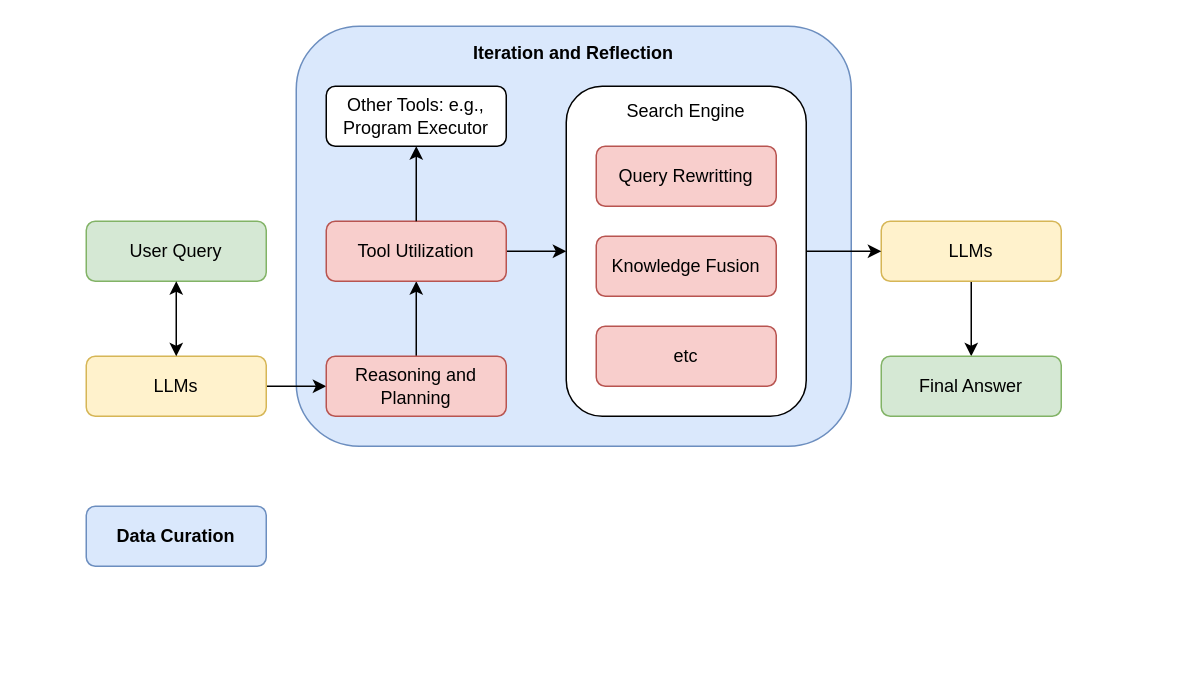
wenjunli-0/deepresearch-survey keeps this draw.io diagram as assets/survey overview.drawio. Above is the earlier version. Source tidied: cells renumbered, new cells numbered last; positions are measured from the earlier drawing's top-left corner, leaving out a move shared by most shapes. Both pictures are drawn from the tidied source at 150%, with x=0, y=0 at pixel (86, 26).
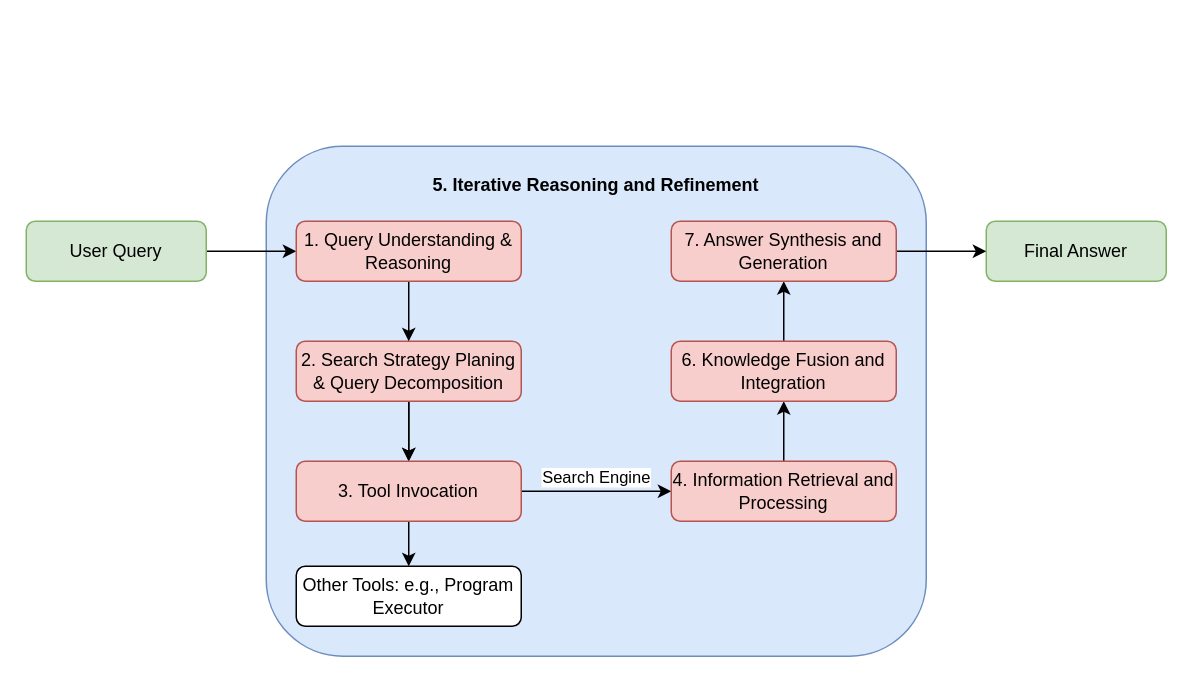
The same diagram, later.

Commit message (it also covers changes not shown here):
update the core capabilities and an overview figure.

What changed in the source:
```diff
@@
-    <mxCell id="2" value="&lt;b&gt;Iteration and Reflection&lt;/b&gt;&lt;div&gt;&lt;b&gt;&lt;br&gt;&lt;/b&gt;&lt;/div&gt;&lt;div&gt;&lt;b&gt;&lt;br&gt;&lt;/b&gt;&lt;/div&gt;&lt;div&gt;&lt;b&gt;&lt;br&gt;&lt;/b&gt;&lt;/div&gt;&lt;div&gt;&lt;b&gt;&lt;br&gt;&lt;/b&gt;&lt;/div&gt;&lt;div&gt;&lt;b&gt;&lt;br&gt;&lt;/b&gt;&lt;/div&gt;&lt;div&gt;&lt;b&gt;&lt;br&gt;&lt;/b&gt;&lt;/div&gt;&lt;div&gt;&lt;b&gt;&lt;br&gt;&lt;/b&gt;&lt;/div&gt;&lt;div&gt;&lt;b&gt;&lt;br&gt;&lt;/b&gt;&lt;/div&gt;&lt;div&gt;&lt;b&gt;&lt;br&gt;&lt;/b&gt;&lt;/div&gt;&lt;div&gt;&lt;b&gt;&lt;br&gt;&lt;/b&gt;&lt;/div&gt;&lt;div&gt;&lt;b&gt;&lt;br&gt;&lt;/b&gt;&lt;/div&gt;&lt;div&gt;&lt;b&gt;&lt;br&gt;&lt;/b&gt;&lt;/div&gt;&lt;div&gt;&lt;b&gt;&lt;br&gt;&lt;/b&gt;&lt;/div&gt;&lt;div&gt;&lt;b&gt;&lt;br&gt;&lt;/b&gt;&lt;/div&gt;&lt;div&gt;&lt;b&gt;&lt;br&gt;&lt;/b&gt;&lt;/div&gt;&lt;div&gt;&lt;b&gt;&lt;br&gt;&lt;/b&gt;&lt;/div&gt;&lt;div&gt;&lt;br&gt;&lt;/div&gt;" style="rounded=1;whiteSpace=wrap;html=1;fontSize=12;glass=0;strokeWidth=1;shadow=0;fillColor=#dae8fc;strokeColor=#6c8ebf;" parent="1" vertex="1">
-      <mxGeometry x="140" width="370" height="280" as="geometry" />
+    <mxCell id="2" value="&lt;b&gt;5. Iterative Reasoning and Refinement&lt;/b&gt;&lt;div&gt;&lt;b&gt;&lt;br&gt;&lt;/b&gt;&lt;/div&gt;&lt;div&gt;&lt;b&gt;&lt;br&gt;&lt;/b&gt;&lt;/div&gt;&lt;div&gt;&lt;b&gt;&lt;br&gt;&lt;/b&gt;&lt;/div&gt;&lt;div&gt;&lt;b&gt;&lt;br&gt;&lt;/b&gt;&lt;/div&gt;&lt;div&gt;&lt;b&gt;&lt;br&gt;&lt;/b&gt;&lt;/div&gt;&lt;div&gt;&lt;b&gt;&lt;br&gt;&lt;/b&gt;&lt;/div&gt;&lt;div&gt;&lt;b&gt;&lt;br&gt;&lt;/b&gt;&lt;/div&gt;&lt;div&gt;&lt;b&gt;&lt;br&gt;&lt;/b&gt;&lt;/div&gt;&lt;div&gt;&lt;b&gt;&lt;br&gt;&lt;/b&gt;&lt;/div&gt;&lt;div&gt;&lt;b&gt;&lt;br&gt;&lt;/b&gt;&lt;/div&gt;&lt;div&gt;&lt;b&gt;&lt;br&gt;&lt;/b&gt;&lt;/div&gt;&lt;div&gt;&lt;b&gt;&lt;br&gt;&lt;/b&gt;&lt;/div&gt;&lt;div&gt;&lt;b&gt;&lt;br&gt;&lt;/b&gt;&lt;/div&gt;&lt;div&gt;&lt;b&gt;&lt;br&gt;&lt;/b&gt;&lt;/div&gt;&lt;div&gt;&lt;b&gt;&lt;br&gt;&lt;/b&gt;&lt;/div&gt;&lt;div&gt;&lt;b&gt;&lt;br&gt;&lt;/b&gt;&lt;/div&gt;&lt;div&gt;&lt;br&gt;&lt;/div&gt;&lt;div&gt;&lt;br&gt;&lt;/div&gt;&lt;div&gt;&lt;br&gt;&lt;/div&gt;&lt;div&gt;&lt;br&gt;&lt;/div&gt;" style="rounded=1;whiteSpace=wrap;html=1;fontSize=12;glass=0;strokeWidth=1;shadow=0;fillColor=#dae8fc;strokeColor=#6c8ebf;" parent="1" vertex="1">
+      <mxGeometry x="120" y="80" width="440" height="340" as="geometry" />
     </mxCell>
+    <mxCell id="22" style="edgeStyle=orthogonalEdgeStyle;rounded=0;jettySize=auto;html=1;" parent="1" edge="1" source="4" target="27">
+      <mxGeometry relative="1" as="geometry" />
+    </mxCell>
+    <mxCell id="4" value="User Query" style="rounded=1;whiteSpace=wrap;html=1;fontSize=12;glass=0;strokeWidth=1;shadow=0;fillColor=#d5e8d4;strokeColor=#82b366;" parent="1" vertex="1">
+      <mxGeometry x="-40" y="130" width="120" height="40" as="geometry" />
+    </mxCell>
+    <mxCell id="7" style="edgeStyle=orthogonalEdgeStyle;rounded=0;jettySize=auto;html=1;" parent="1" edge="1" source="8" target="10">
+      <mxGeometry relative="1" as="geometry" />
+    </mxCell>
+    <mxCell id="23" style="edgeStyle=orthogonalEdgeStyle;rounded=0;jettySize=auto;html=1;" parent="1" edge="1" source="8" target="10">
+      <mxGeometry relative="1" as="geometry" />
+    </mxCell>
+    <mxCell id="8" value="2. Search Strategy Planing &amp;amp; Query Decomposition" style="rounded=1;whiteSpace=wrap;html=1;fontSize=12;glass=0;strokeWidth=1;shadow=0;fillColor=#f8cecc;strokeColor=#b85450;" parent="1" vertex="1">
+      <mxGeometry x="140" y="210" width="150" height="40" as="geometry" />
+    </mxCell>
+    <mxCell id="24" style="edgeStyle=orthogonalEdgeStyle;rounded=0;jettySize=auto;html=1;entryX=0;entryY=0.5;entryDx=0;entryDy=0;exitX=1;exitY=0.5;exitDx=0;exitDy=0;" parent="1" edge="1" source="10" target="19">
+      <mxGeometry relative="1" as="geometry">
+        <Array as="points">
+          <mxPoint x="310" y="310" />
+          <mxPoint x="310" y="310" />
+        </Array>
+      </mxGeometry>
+    </mxCell>
-    <mxCell id="3" value="Search Engine&lt;div&gt;&lt;br&gt;&lt;/div&gt;&lt;div&gt;&lt;br&gt;&lt;/div&gt;&lt;div&gt;&lt;br&gt;&lt;/div&gt;&lt;div&gt;&lt;br&gt;&lt;/div&gt;&lt;div&gt;&lt;br&gt;&lt;/div&gt;&lt;div&gt;&lt;br&gt;&lt;/div&gt;&lt;div&gt;&lt;br&gt;&lt;/div&gt;&lt;div&gt;&lt;br&gt;&lt;/div&gt;&lt;div&gt;&lt;br&gt;&lt;/div&gt;&lt;div&gt;&lt;br&gt;&lt;/div&gt;&lt;div&gt;&lt;br&gt;&lt;/div&gt;&lt;div&gt;&lt;br&gt;&lt;/div&gt;&lt;div&gt;&lt;br&gt;&lt;/div&gt;" style="rounded=1;whiteSpace=wrap;html=1;fontSize=12;glass=0;strokeWidth=1;shadow=0;" parent="1" vertex="1">
-      <mxGeometry x="320" y="40" width="160" height="220" as="geometry" />
+    <mxCell id="3" value="Search Engine" style="edgeLabel;html=1;align=center;verticalAlign=middle;points=[];" parent="24" vertex="1">
+      <mxGeometry x="-0.11" y="1" relative="1" as="geometry">
+        <mxPoint x="4" y="-9" as="offset" />
+      </mxGeometry>
     </mxCell>
-    <mxCell id="4" value="User Query" style="rounded=1;whiteSpace=wrap;html=1;fontSize=12;glass=0;strokeWidth=1;shadow=0;fillColor=#d5e8d4;strokeColor=#82b366;" parent="1" vertex="1">
-      <mxGeometry y="130" width="120" height="40" as="geometry" />
-    </mxCell>
-    <mxCell id="5" style="edgeStyle=orthogonalEdgeStyle;rounded=0;jettySize=auto;html=1;" parent="1" edge="1" source="6" target="8">
-      <mxGeometry relative="1" as="geometry" />
-    </mxCell>
-    <mxCell id="6" value="LLMs" style="rounded=1;whiteSpace=wrap;html=1;fontSize=12;glass=0;strokeWidth=1;shadow=0;fillColor=#fff2cc;strokeColor=#d6b656;" parent="1" vertex="1">
-      <mxGeometry y="220" width="120" height="40" as="geometry" />
-    </mxCell>
-    <mxCell id="7" style="edgeStyle=orthogonalEdgeStyle;rounded=0;jettySize=auto;html=1;" parent="1" edge="1" source="8" target="10">
-      <mxGeometry relative="1" as="geometry" />
-    </mxCell>
-    <mxCell id="8" value="Reasoning and Planning" style="rounded=1;whiteSpace=wrap;html=1;fontSize=12;glass=0;strokeWidth=1;shadow=0;fillColor=#f8cecc;strokeColor=#b85450;" parent="1" vertex="1">
-      <mxGeometry x="160" y="220" width="120" height="40" as="geometry" />
-    </mxCell>
-    <mxCell id="9" style="edgeStyle=orthogonalEdgeStyle;rounded=0;jettySize=auto;html=1;" parent="1" edge="1" source="10" target="3">
-      <mxGeometry relative="1" as="geometry" />
-    </mxCell>
+    <mxCell id="14" style="edgeStyle=orthogonalEdgeStyle;rounded=0;jettySize=auto;html=1;" parent="1" edge="1" source="10" target="13">
+      <mxGeometry relative="1" as="geometry" />
+    </mxCell>
-    <mxCell id="10" value="Tool Utilization" style="rounded=1;whiteSpace=wrap;html=1;fontSize=12;glass=0;strokeWidth=1;shadow=0;fillColor=#f8cecc;strokeColor=#b85450;" parent="1" vertex="1">
-      <mxGeometry x="160" y="130" width="120" height="40" as="geometry" />
+    <mxCell id="10" value="3. Tool Invocation" style="rounded=1;whiteSpace=wrap;html=1;fontSize=12;glass=0;strokeWidth=1;shadow=0;fillColor=#f8cecc;strokeColor=#b85450;" parent="1" vertex="1">
+      <mxGeometry x="140" y="290" width="150" height="40" as="geometry" />
     </mxCell>
-    <mxCell id="11" value="Knowledge Fusion" style="rounded=1;whiteSpace=wrap;html=1;fontSize=12;glass=0;strokeWidth=1;shadow=0;fillColor=#f8cecc;strokeColor=#b85450;" parent="1" vertex="1">
-      <mxGeometry x="340" y="140" width="120" height="40" as="geometry" />
-    </mxCell>
-    <mxCell id="12" value="etc" style="rounded=1;whiteSpace=wrap;html=1;fontSize=12;glass=0;strokeWidth=1;shadow=0;fillColor=#f8cecc;strokeColor=#b85450;" parent="1" vertex="1">
-      <mxGeometry x="340" y="200" width="120" height="40" as="geometry" />
-    </mxCell>
     <mxCell id="13" value="Other Tools: e.g., Program Executor" style="rounded=1;whiteSpace=wrap;html=1;fontSize=12;glass=0;strokeWidth=1;shadow=0;" parent="1" vertex="1">
-      <mxGeometry x="160" y="40" width="120" height="40" as="geometry" />
+      <mxGeometry x="140" y="360" width="150" height="40" as="geometry" />
     </mxCell>
-    <mxCell id="14" style="edgeStyle=orthogonalEdgeStyle;rounded=0;jettySize=auto;html=1;entryX=0.5;entryY=1;entryDx=0;entryDy=0;exitX=0.5;exitY=0;exitDx=0;exitDy=0;" parent="1" edge="1" source="10" target="13">
-      <mxGeometry relative="1" as="geometry" />
-    </mxCell>
-    <mxCell id="15" style="edgeStyle=orthogonalEdgeStyle;rounded=0;jettySize=auto;html=1;" parent="1" edge="1" source="16" target="17">
-      <mxGeometry relative="1" as="geometry" />
-    </mxCell>
-    <mxCell id="16" value="LLMs" style="rounded=1;whiteSpace=wrap;html=1;fontSize=12;glass=0;strokeWidth=1;shadow=0;fillColor=#fff2cc;strokeColor=#d6b656;" parent="1" vertex="1">
-      <mxGeometry x="530" y="130" width="120" height="40" as="geometry" />
-    </mxCell>
     <mxCell id="17" value="Final Answer" style="rounded=1;whiteSpace=wrap;html=1;fontSize=12;glass=0;strokeWidth=1;shadow=0;fillColor=#d5e8d4;strokeColor=#82b366;" parent="1" vertex="1">
-      <mxGeometry x="530" y="220" width="120" height="40" as="geometry" />
+      <mxGeometry x="600" y="130" width="120" height="40" as="geometry" />
     </mxCell>
-    <mxCell id="18" style="endArrow=classic;startArrow=classic;html=1;rounded=0;entryX=0.5;entryY=1;entryDx=0;entryDy=0;" parent="1" edge="1" source="6" target="4">
-      <mxGeometry relative="1" as="geometry" />
-    </mxCell>
+    <mxCell id="25" style="edgeStyle=orthogonalEdgeStyle;rounded=0;jettySize=auto;html=1;" parent="1" edge="1" source="19" target="29">
+      <mxGeometry relative="1" as="geometry" />
+    </mxCell>
-    <mxCell id="19" value="Query Rewritting" style="rounded=1;whiteSpace=wrap;html=1;fontSize=12;glass=0;strokeWidth=1;shadow=0;fillColor=#f8cecc;strokeColor=#b85450;" parent="1" vertex="1">
-      <mxGeometry x="340" y="80" width="120" height="40" as="geometry" />
+    <mxCell id="19" value="4. Information Retrieval and Processing" style="rounded=1;whiteSpace=wrap;html=1;fontSize=12;glass=0;strokeWidth=1;shadow=0;fillColor=#f8cecc;strokeColor=#b85450;" parent="1" vertex="1">
+      <mxGeometry x="390" y="290" width="150" height="40" as="geometry" />
     </mxCell>
-    <mxCell id="20" style="edgeStyle=orthogonalEdgeStyle;rounded=0;jettySize=auto;html=1;entryX=0;entryY=0.5;entryDx=0;entryDy=0;exitX=1;exitY=0.5;exitDx=0;exitDy=0;" parent="1" edge="1" source="3" target="16">
-      <mxGeometry relative="1" as="geometry" />
-    </mxCell>
-    <mxCell id="21" value="&lt;b&gt;Data Curation&lt;/b&gt;" style="rounded=1;whiteSpace=wrap;html=1;fontSize=12;glass=0;strokeWidth=1;shadow=0;fillColor=#dae8fc;strokeColor=#6c8ebf;" parent="1" vertex="1">
-      <mxGeometry y="320" width="120" height="40" as="geometry" />
-    </mxCell>
+    <mxCell id="26" style="edgeStyle=orthogonalEdgeStyle;rounded=0;jettySize=auto;html=1;" parent="1" edge="1" source="27" target="8">
+      <mxGeometry relative="1" as="geometry" />
+    </mxCell>
+    <mxCell id="27" value="1. Query Understanding &amp;amp; Reasoning" style="rounded=1;whiteSpace=wrap;html=1;fontSize=12;glass=0;strokeWidth=1;shadow=0;fillColor=#f8cecc;strokeColor=#b85450;" parent="1" vertex="1">
+      <mxGeometry x="140" y="130" width="150" height="40" as="geometry" />
+    </mxCell>
+    <mxCell id="28" style="edgeStyle=orthogonalEdgeStyle;rounded=0;jettySize=auto;html=1;" parent="1" edge="1" source="29" target="31">
+      <mxGeometry relative="1" as="geometry" />
+    </mxCell>
+    <mxCell id="29" value="6. Knowledge Fusion and Integration" style="rounded=1;whiteSpace=wrap;html=1;fontSize=12;glass=0;strokeWidth=1;shadow=0;fillColor=#f8cecc;strokeColor=#b85450;" parent="1" vertex="1">
+      <mxGeometry x="390" y="210" width="150" height="40" as="geometry" />
+    </mxCell>
+    <mxCell id="30" style="edgeStyle=orthogonalEdgeStyle;rounded=0;jettySize=auto;html=1;" parent="1" edge="1" source="31" target="17">
+      <mxGeometry relative="1" as="geometry" />
+    </mxCell>
+    <mxCell id="31" value="7. Answer Synthesis and Generation" style="rounded=1;whiteSpace=wrap;html=1;fontSize=12;glass=0;strokeWidth=1;shadow=0;fillColor=#f8cecc;strokeColor=#b85450;" parent="1" vertex="1">
+      <mxGeometry x="390" y="130" width="150" height="40" as="geometry" />
+    </mxCell>
```
